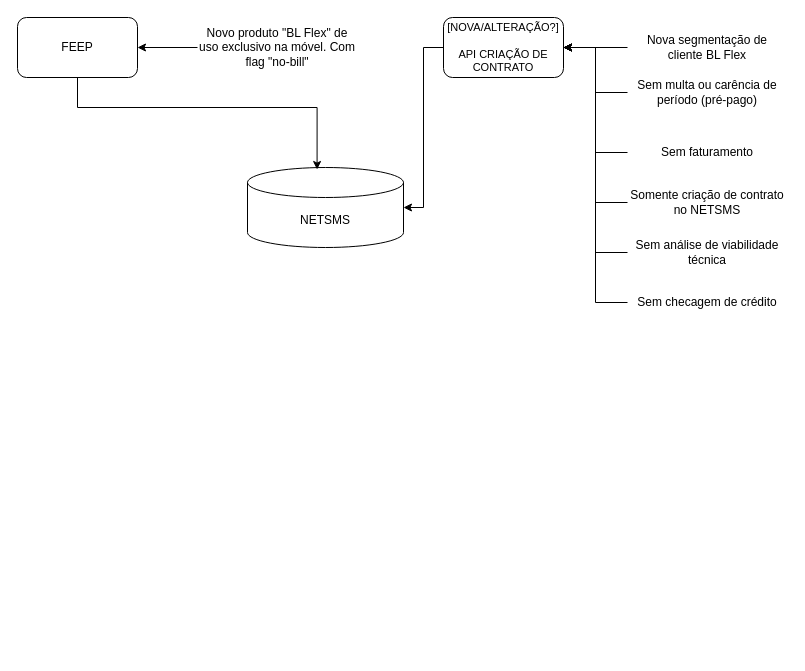
samirali/ClaroBrasil keeps this draw.io diagram as Banda Larga Flex na Móvel- Pré-Pago.drawio. Above is the earlier version. Source tidied: cells renumbered, new cells numbered last; positions are measured from the earlier drawing's top-left corner, leaving out a move shared by most shapes. Both pictures are drawn from the tidied source at 100%, with x=0, y=0 at pixel (17, 17).
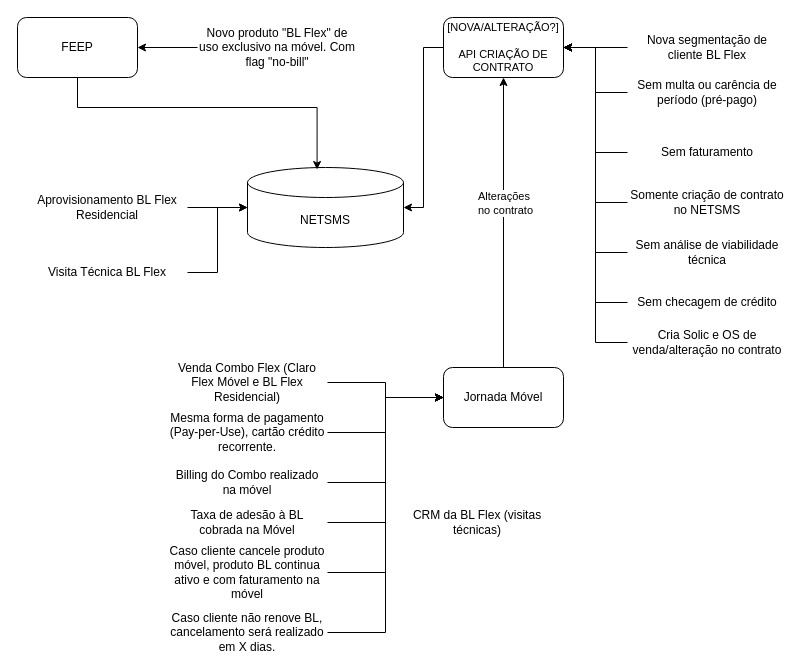
Above is the later version.

The change refers to these unchanged cells:
```xml
<mxCell id="5" value="NETSMS" style="shape=cylinder3;whiteSpace=wrap;html=1;boundedLbl=1;backgroundOutline=1;size=15;" parent="1" vertex="1">
  <mxGeometry x="230" y="150" width="156" height="80" as="geometry" />
</mxCell>
<mxCell id="7" value="[NOVA/ALTERAÇÃO?]&lt;div&gt;&lt;br&gt;&lt;/div&gt;&lt;div&gt;API CRIAÇÃO DE CONTRATO&lt;/div&gt;" style="rounded=1;whiteSpace=wrap;html=1;fontSize=11;" parent="1" vertex="1">
  <mxGeometry x="426" width="120" height="60" as="geometry" />
</mxCell>
```

Change to the diagram source:
```diff
@@
+    <mxCell id="21" style="edgeStyle=orthogonalEdgeStyle;rounded=0;jettySize=auto;html=1;entryX=0.5;entryY=1;entryDx=0;entryDy=0;" parent="1" edge="1" source="23" target="7">
+      <mxGeometry relative="1" as="geometry" />
+    </mxCell>
+    <mxCell id="22" value="Alterações&amp;nbsp;&lt;div&gt;no contrato&lt;/div&gt;" style="edgeLabel;html=1;align=center;verticalAlign=middle;" parent="21" vertex="1">
+      <mxGeometry x="0.14" y="-1" relative="1" as="geometry" />
+    </mxCell>
+    <mxCell id="23" value="Jornada Móvel" style="rounded=1;whiteSpace=wrap;html=1;" parent="1" vertex="1">
+      <mxGeometry x="426" y="350" width="120" height="60" as="geometry" />
+    </mxCell>
+    <mxCell id="24" style="edgeStyle=orthogonalEdgeStyle;rounded=0;jettySize=auto;html=1;entryX=0;entryY=0.5;entryDx=0;entryDy=0;" parent="1" edge="1" source="25" target="23">
+      <mxGeometry relative="1" as="geometry" />
+    </mxCell>
+    <mxCell id="25" value="Venda Combo Flex (Claro Flex Móvel e BL Flex Residencial)" style="text;html=1;align=center;verticalAlign=middle;whiteSpace=wrap;rounded=0;" parent="1" vertex="1">
+      <mxGeometry x="150" y="350" width="160" height="30" as="geometry" />
+    </mxCell>
+    <mxCell id="26" style="edgeStyle=orthogonalEdgeStyle;rounded=0;jettySize=auto;html=1;entryX=0;entryY=0.5;entryDx=0;entryDy=0;" parent="1" edge="1" source="27" target="23">
+      <mxGeometry relative="1" as="geometry" />
+    </mxCell>
+    <mxCell id="27" value="Mesma forma de pagamento (Pay-per-Use), cartão crédito recorrente." style="text;html=1;align=center;verticalAlign=middle;whiteSpace=wrap;rounded=0;" parent="1" vertex="1">
+      <mxGeometry x="150" y="400" width="160" height="30" as="geometry" />
+    </mxCell>
+    <mxCell id="28" style="edgeStyle=orthogonalEdgeStyle;rounded=0;jettySize=auto;html=1;entryX=1;entryY=0.5;entryDx=0;entryDy=0;" parent="1" edge="1" source="29" target="7">
+      <mxGeometry relative="1" as="geometry" />
+    </mxCell>
+    <mxCell id="29" value="Cria Solic e OS de venda/alteração no contrato" style="text;html=1;align=center;verticalAlign=middle;whiteSpace=wrap;rounded=0;" parent="1" vertex="1">
+      <mxGeometry x="610" y="310" width="160" height="30" as="geometry" />
+    </mxCell>
+    <mxCell id="30" value="Aprovisionamento BL Flex Residencial" style="text;html=1;align=center;verticalAlign=middle;whiteSpace=wrap;rounded=0;" parent="1" vertex="1">
+      <mxGeometry x="10" y="175" width="160" height="30" as="geometry" />
+    </mxCell>
+    <mxCell id="31" value="Visita Técnica BL Flex" style="text;html=1;align=center;verticalAlign=middle;whiteSpace=wrap;rounded=0;" parent="1" vertex="1">
+      <mxGeometry x="10" y="240" width="160" height="30" as="geometry" />
+    </mxCell>
+    <mxCell id="32" style="edgeStyle=orthogonalEdgeStyle;rounded=0;jettySize=auto;html=1;entryX=0;entryY=0.5;entryDx=0;entryDy=0;entryPerimeter=0;" parent="1" edge="1" source="30" target="5">
+      <mxGeometry relative="1" as="geometry" />
+    </mxCell>
+    <mxCell id="33" style="edgeStyle=orthogonalEdgeStyle;rounded=0;jettySize=auto;html=1;entryX=0;entryY=0.5;entryDx=0;entryDy=0;entryPerimeter=0;" parent="1" edge="1" source="31" target="5">
+      <mxGeometry relative="1" as="geometry" />
+    </mxCell>
+    <mxCell id="34" style="edgeStyle=orthogonalEdgeStyle;rounded=0;jettySize=auto;html=1;entryX=0;entryY=0.5;entryDx=0;entryDy=0;" parent="1" edge="1" source="35" target="23">
+      <mxGeometry relative="1" as="geometry" />
+    </mxCell>
+    <mxCell id="35" value="Billing do Combo realizado na móvel" style="text;html=1;align=center;verticalAlign=middle;whiteSpace=wrap;rounded=0;" parent="1" vertex="1">
+      <mxGeometry x="150" y="450" width="160" height="30" as="geometry" />
+    </mxCell>
+    <mxCell id="36" style="edgeStyle=orthogonalEdgeStyle;rounded=0;jettySize=auto;html=1;entryX=0;entryY=0.5;entryDx=0;entryDy=0;" parent="1" edge="1" source="37" target="23">
+      <mxGeometry relative="1" as="geometry" />
+    </mxCell>
+    <mxCell id="37" value="Taxa de adesão à BL cobrada na Móvel" style="text;html=1;align=center;verticalAlign=middle;whiteSpace=wrap;rounded=0;" parent="1" vertex="1">
+      <mxGeometry x="150" y="490" width="160" height="30" as="geometry" />
+    </mxCell>
+    <mxCell id="38" style="edgeStyle=orthogonalEdgeStyle;rounded=0;jettySize=auto;html=1;entryX=0;entryY=0.5;entryDx=0;entryDy=0;" parent="1" edge="1" source="39" target="23">
+      <mxGeometry relative="1" as="geometry" />
+    </mxCell>
+    <mxCell id="39" value="Caso cliente cancele produto móvel, produto BL continua ativo e com faturamento na móvel" style="text;html=1;align=center;verticalAlign=middle;whiteSpace=wrap;rounded=0;" parent="1" vertex="1">
+      <mxGeometry x="150" y="540" width="160" height="30" as="geometry" />
+    </mxCell>
+    <mxCell id="40" value="CRM da BL Flex (visitas técnicas)" style="text;html=1;align=center;verticalAlign=middle;whiteSpace=wrap;rounded=0;" parent="1" vertex="1">
+      <mxGeometry x="380" y="490" width="160" height="30" as="geometry" />
+    </mxCell>
+    <mxCell id="41" style="edgeStyle=orthogonalEdgeStyle;rounded=0;jettySize=auto;html=1;entryX=0;entryY=0.5;entryDx=0;entryDy=0;" parent="1" edge="1" source="42" target="23">
+      <mxGeometry relative="1" as="geometry" />
+    </mxCell>
+    <mxCell id="42" value="Caso cliente não renove BL, &lt;span style=&quot;background-color: transparent; color: light-dark(rgb(0, 0, 0), rgb(255, 255, 255));&quot;&gt;cancelamento será realizado em X dias.&lt;/span&gt;" style="text;html=1;align=center;verticalAlign=middle;whiteSpace=wrap;rounded=0;" parent="1" vertex="1">
+      <mxGeometry x="150" y="600" width="160" height="30" as="geometry" />
+    </mxCell>
```
